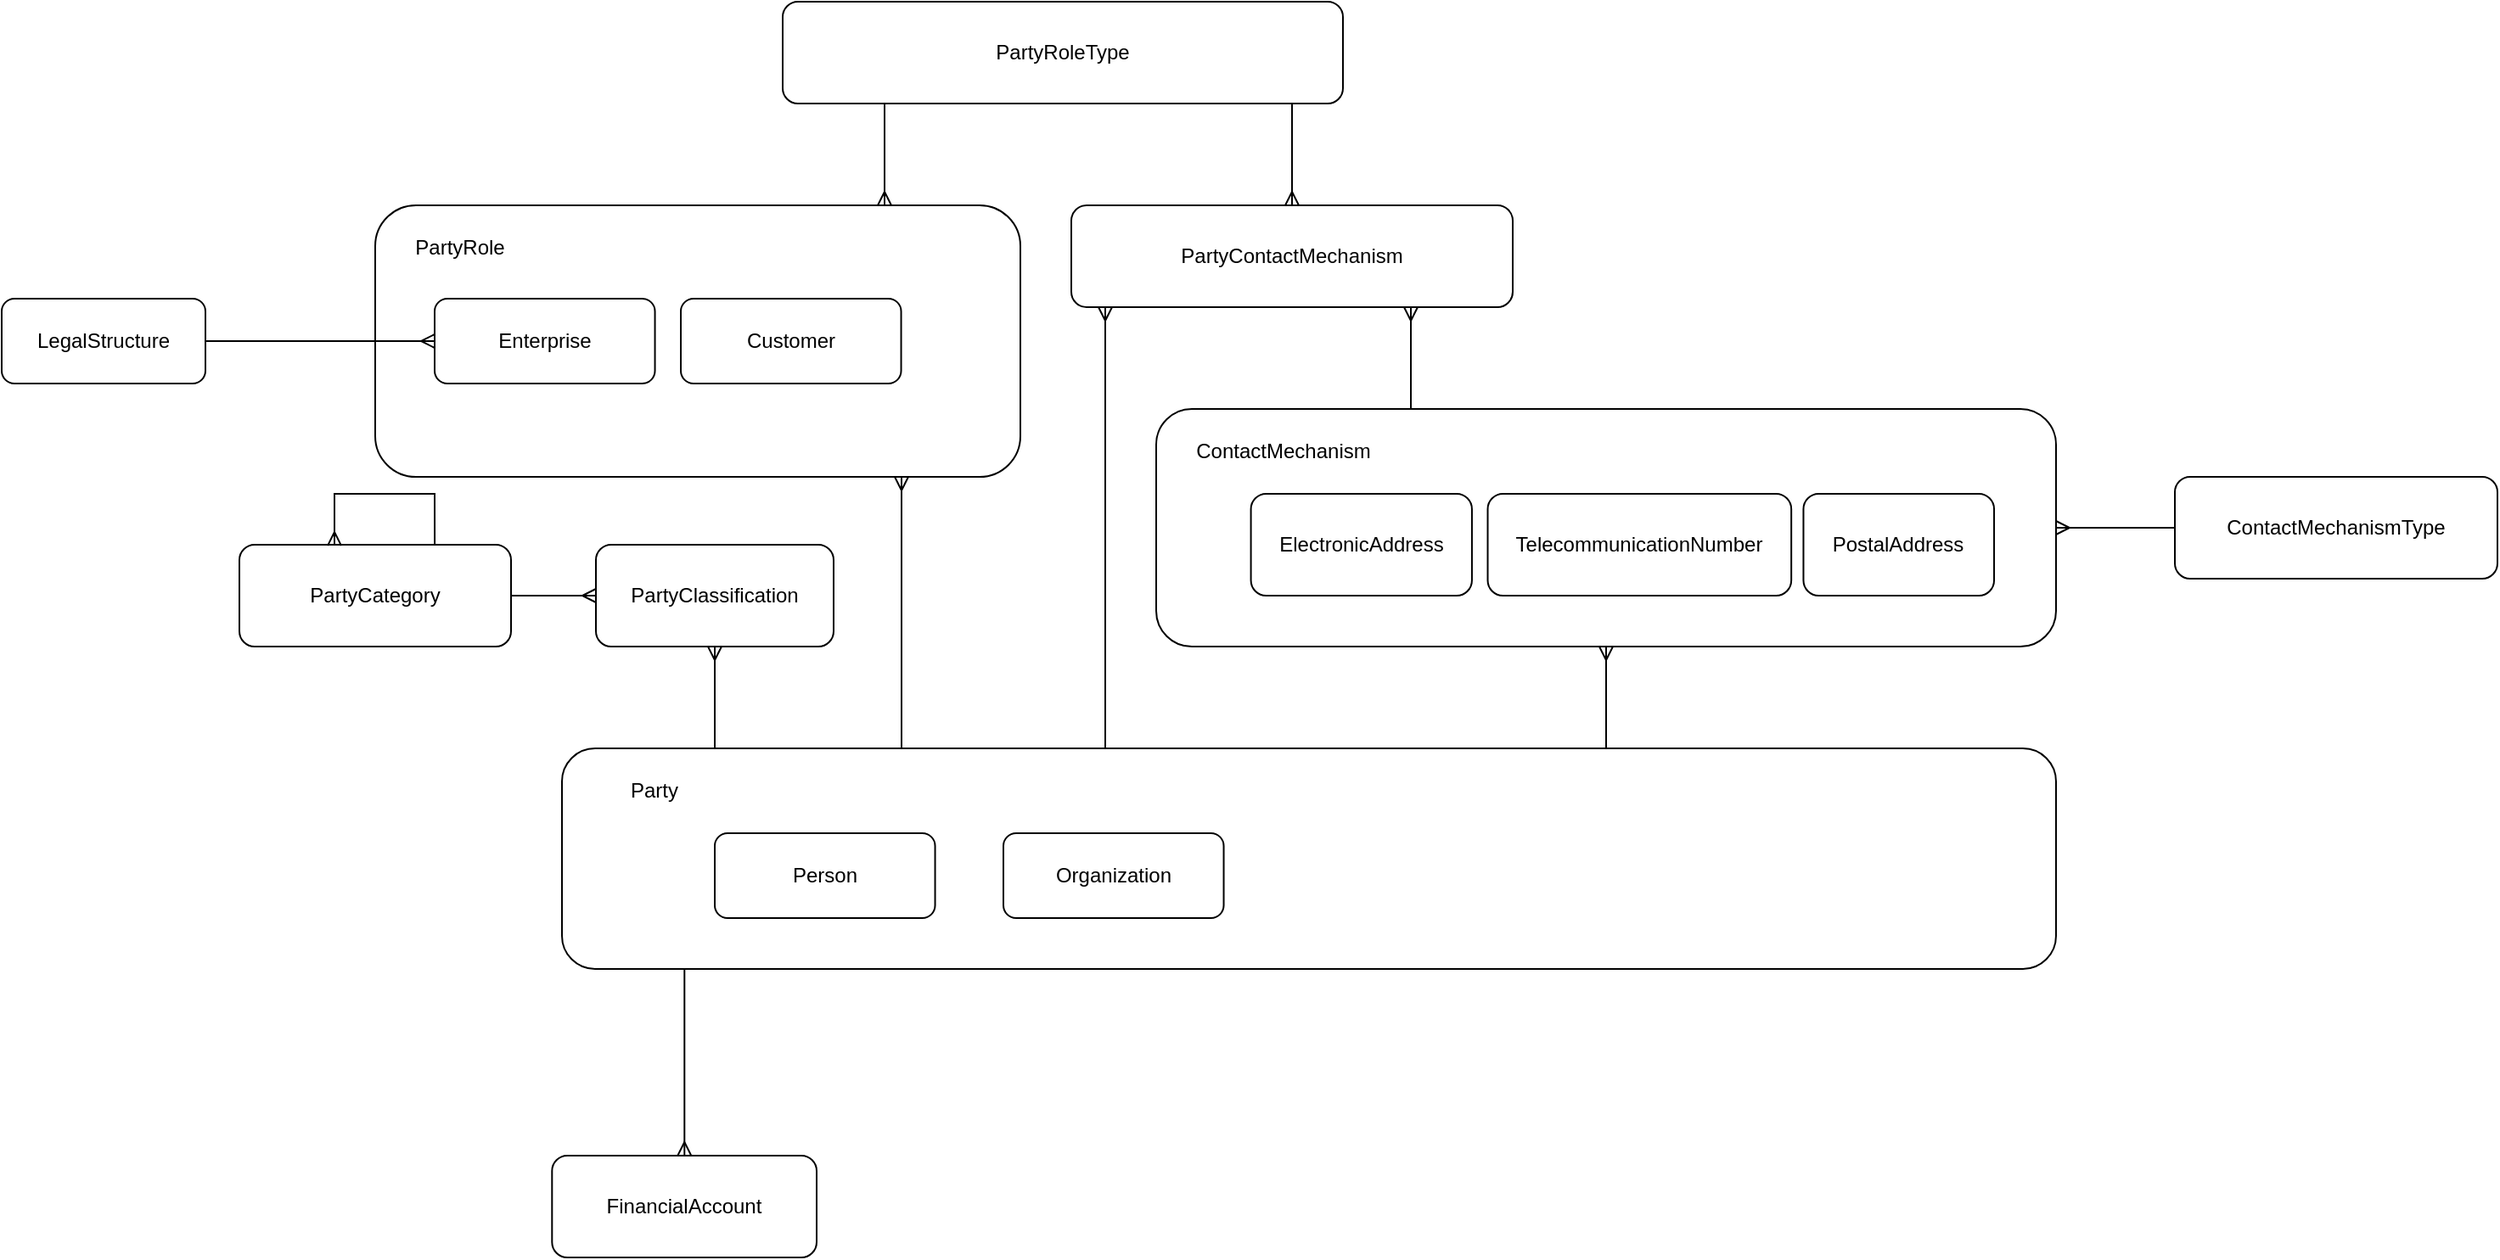
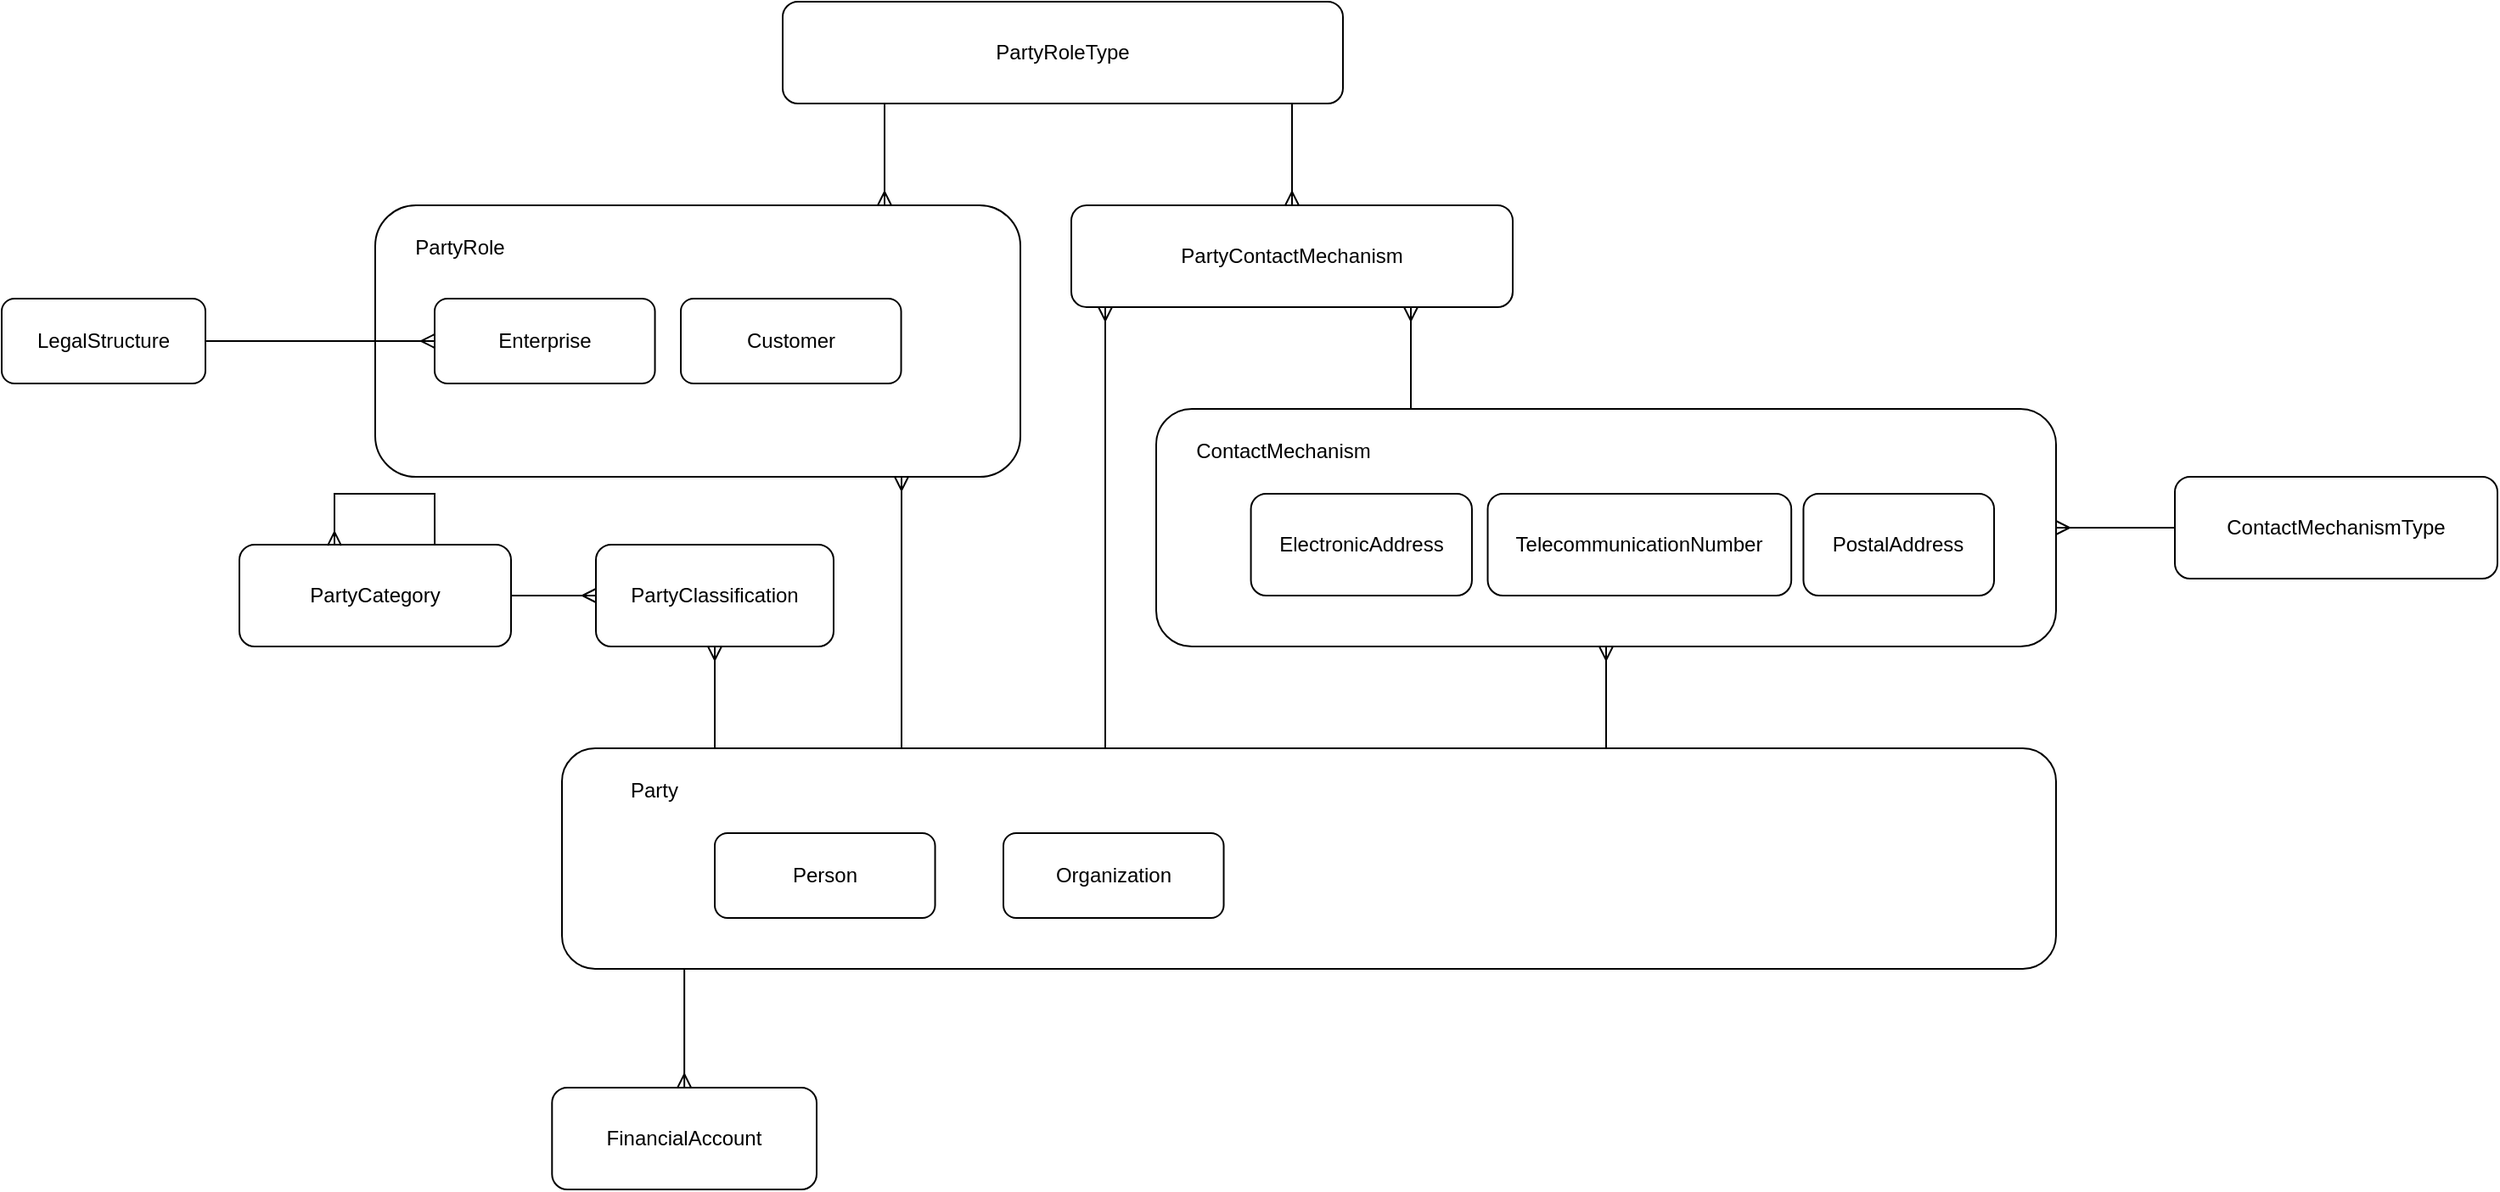
<mxfile host="app.diagrams.net" agent="Mozilla/5.0 (Windows NT 10.0; Win64; x64) AppleWebKit/537.36 (KHTML, like Gecko) Chrome/141.0.0.0 Safari/537.36" version="28.2.9">
  <diagram name="Page-1" id="d0nJ6Fx9cUZLMqGtfM0H">
-     <mxGraphModel dx="1445" dy="1455" grid="1" gridSize="10" guides="1" tooltips="1" connect="1" arrows="1" fold="1" page="1" pageScale="1" pageWidth="850" pageHeight="1100" math="0" shadow="0">
+     <mxGraphModel dx="2339" dy="1989" grid="1" gridSize="10" guides="1" tooltips="1" connect="1" arrows="1" fold="1" page="1" pageScale="1" pageWidth="850" pageHeight="1100" math="0" shadow="0">
      <root>
        <mxCell id="0" />
        <mxCell id="1" parent="0" />
        <mxCell id="tdPrWEJd15tEannaNgth-4" style="edgeStyle=orthogonalEdgeStyle;rounded=0;orthogonalLoop=1;jettySize=auto;html=1;startArrow=ERmany;startFill=0;endArrow=none;endFill=0;" edge="1" parent="1" source="tdPrWEJd15tEannaNgth-2" target="tdPrWEJd15tEannaNgth-3">
          <mxGeometry relative="1" as="geometry" />
        </mxCell>
        <mxCell id="tdPrWEJd15tEannaNgth-3" value="ContactMechanismType" style="rounded=1;whiteSpace=wrap;html=1;" vertex="1" parent="1">
          <mxGeometry x="600" y="250" width="190" height="60" as="geometry" />
        </mxCell>
        <mxCell id="tdPrWEJd15tEannaNgth-13" value="PartyRoleType" style="rounded=1;whiteSpace=wrap;html=1;" vertex="1" parent="1">
          <mxGeometry x="-220" y="-30" width="330" height="60" as="geometry" />
        </mxCell>
        <mxCell id="tdPrWEJd15tEannaNgth-14" style="edgeStyle=orthogonalEdgeStyle;rounded=0;orthogonalLoop=1;jettySize=auto;html=1;startArrow=ERmany;startFill=0;endArrow=none;endFill=0;" edge="1" parent="1" source="tdPrWEJd15tEannaNgth-15" target="tdPrWEJd15tEannaNgth-13">
          <mxGeometry relative="1" as="geometry">
            <mxPoint x="730" y="420" as="sourcePoint" />
            <mxPoint x="730" y="340" as="targetPoint" />
            <Array as="points">
              <mxPoint x="50" y="20" />
              <mxPoint x="50" y="20" />
            </Array>
          </mxGeometry>
        </mxCell>
        <mxCell id="tdPrWEJd15tEannaNgth-15" value="PartyContactMechanism" style="rounded=1;whiteSpace=wrap;html=1;" vertex="1" parent="1">
          <mxGeometry x="-50" y="90" width="260" height="60" as="geometry" />
        </mxCell>
        <mxCell id="tdPrWEJd15tEannaNgth-18" style="edgeStyle=orthogonalEdgeStyle;rounded=0;orthogonalLoop=1;jettySize=auto;html=1;startArrow=ERmany;startFill=0;endArrow=none;endFill=0;" edge="1" parent="1" source="tdPrWEJd15tEannaNgth-15">
          <mxGeometry relative="1" as="geometry">
            <mxPoint x="-30.00117647058829" y="130" as="sourcePoint" />
            <mxPoint x="-30.00117647058829" y="410" as="targetPoint" />
            <Array as="points">
              <mxPoint x="-30" y="210" />
              <mxPoint x="-30" y="210" />
            </Array>
          </mxGeometry>
        </mxCell>
        <mxCell id="tdPrWEJd15tEannaNgth-19" value="" style="group" vertex="1" connectable="0" parent="1">
          <mxGeometry y="210" width="530" height="140" as="geometry" />
        </mxCell>
        <mxCell id="tdPrWEJd15tEannaNgth-2" value="" style="rounded=1;whiteSpace=wrap;html=1;" vertex="1" parent="tdPrWEJd15tEannaNgth-19">
          <mxGeometry width="530" height="140" as="geometry" />
        </mxCell>
        <mxCell id="tdPrWEJd15tEannaNgth-5" value="ElectronicAddress" style="rounded=1;whiteSpace=wrap;html=1;" vertex="1" parent="tdPrWEJd15tEannaNgth-19">
          <mxGeometry x="55.78947368421052" y="50" width="130.17543859649123" height="60" as="geometry" />
        </mxCell>
        <mxCell id="tdPrWEJd15tEannaNgth-6" value="TelecommunicationNumber" style="rounded=1;whiteSpace=wrap;html=1;" vertex="1" parent="tdPrWEJd15tEannaNgth-19">
          <mxGeometry x="195.26315789473682" y="50" width="178.81456140350878" height="60" as="geometry" />
        </mxCell>
        <mxCell id="tdPrWEJd15tEannaNgth-7" value="ContactMechanism" style="text;html=1;whiteSpace=wrap;strokeColor=none;fillColor=none;align=center;verticalAlign=middle;rounded=0;" vertex="1" parent="tdPrWEJd15tEannaNgth-19">
          <mxGeometry x="27.896882591093107" y="10" width="94.41295546558705" height="30" as="geometry" />
        </mxCell>
        <mxCell id="tdPrWEJd15tEannaNgth-8" value="PostalAddress" style="rounded=1;whiteSpace=wrap;html=1;" vertex="1" parent="tdPrWEJd15tEannaNgth-19">
          <mxGeometry x="381.2280701754386" y="50" width="112.29491228070175" height="60" as="geometry" />
        </mxCell>
        <mxCell id="tdPrWEJd15tEannaNgth-20" style="edgeStyle=orthogonalEdgeStyle;rounded=0;orthogonalLoop=1;jettySize=auto;html=1;startArrow=ERmany;startFill=0;endArrow=none;endFill=0;" edge="1" parent="1" source="tdPrWEJd15tEannaNgth-15" target="tdPrWEJd15tEannaNgth-2">
          <mxGeometry relative="1" as="geometry">
            <mxPoint x="370" y="120" as="sourcePoint" />
            <mxPoint x="370" y="430" as="targetPoint" />
            <Array as="points">
              <mxPoint x="150" y="160" />
              <mxPoint x="150" y="160" />
            </Array>
          </mxGeometry>
        </mxCell>
        <mxCell id="tdPrWEJd15tEannaNgth-21" style="edgeStyle=orthogonalEdgeStyle;rounded=0;orthogonalLoop=1;jettySize=auto;html=1;startArrow=ERmany;startFill=0;endArrow=none;endFill=0;" edge="1" parent="1" source="tdPrWEJd15tEannaNgth-2" target="tdPrWEJd15tEannaNgth-1">
          <mxGeometry relative="1" as="geometry">
            <mxPoint x="240" y="400" as="sourcePoint" />
            <mxPoint x="240" y="470" as="targetPoint" />
            <Array as="points">
              <mxPoint x="305" y="420" />
              <mxPoint x="305" y="420" />
            </Array>
          </mxGeometry>
        </mxCell>
        <mxCell id="tdPrWEJd15tEannaNgth-22" value="LegalStructure" style="rounded=1;whiteSpace=wrap;html=1;" vertex="1" parent="1">
          <mxGeometry x="-680" y="145" width="120" height="50" as="geometry" />
        </mxCell>
        <mxCell id="tdPrWEJd15tEannaNgth-27" value="PartyClassification" style="rounded=1;whiteSpace=wrap;html=1;" vertex="1" parent="1">
          <mxGeometry x="-330" y="290" width="140" height="60" as="geometry" />
        </mxCell>
        <mxCell id="tdPrWEJd15tEannaNgth-28" value="PartyCategory" style="rounded=1;whiteSpace=wrap;html=1;" vertex="1" parent="1">
          <mxGeometry x="-540" y="290" width="160" height="60" as="geometry" />
        </mxCell>
        <mxCell id="tdPrWEJd15tEannaNgth-31" style="edgeStyle=orthogonalEdgeStyle;rounded=0;orthogonalLoop=1;jettySize=auto;html=1;startArrow=ERmany;startFill=0;endArrow=none;endFill=0;" edge="1" parent="1" source="tdPrWEJd15tEannaNgth-27" target="tdPrWEJd15tEannaNgth-1">
          <mxGeometry relative="1" as="geometry">
            <mxPoint x="-260" y="180" as="sourcePoint" />
            <mxPoint x="-260" y="250" as="targetPoint" />
            <Array as="points">
              <mxPoint x="-260" y="370" />
              <mxPoint x="-260" y="370" />
            </Array>
          </mxGeometry>
        </mxCell>
        <mxCell id="tdPrWEJd15tEannaNgth-32" style="edgeStyle=orthogonalEdgeStyle;rounded=0;orthogonalLoop=1;jettySize=auto;html=1;startArrow=ERmany;startFill=0;endArrow=none;endFill=0;" edge="1" parent="1" source="tdPrWEJd15tEannaNgth-27" target="tdPrWEJd15tEannaNgth-28">
          <mxGeometry relative="1" as="geometry">
            <mxPoint x="-230" y="200" as="sourcePoint" />
            <mxPoint x="-230" y="270" as="targetPoint" />
            <Array as="points" />
          </mxGeometry>
        </mxCell>
        <mxCell id="tdPrWEJd15tEannaNgth-33" style="edgeStyle=orthogonalEdgeStyle;rounded=0;orthogonalLoop=1;jettySize=auto;html=1;startArrow=ERmany;startFill=0;endArrow=none;endFill=0;exitX=0.35;exitY=0.009;exitDx=0;exitDy=0;exitPerimeter=0;entryX=0.719;entryY=0;entryDx=0;entryDy=0;entryPerimeter=0;" edge="1" parent="1" source="tdPrWEJd15tEannaNgth-28" target="tdPrWEJd15tEannaNgth-28">
          <mxGeometry relative="1" as="geometry">
            <mxPoint x="-485" y="280" as="sourcePoint" />
            <mxPoint x="-425" y="280" as="targetPoint" />
            <Array as="points">
              <mxPoint x="-484" y="260" />
              <mxPoint x="-425" y="260" />
            </Array>
          </mxGeometry>
        </mxCell>
        <mxCell id="tdPrWEJd15tEannaNgth-35" value="" style="rounded=1;whiteSpace=wrap;html=1;" vertex="1" parent="1">
          <mxGeometry x="-460" y="90" width="380" height="160" as="geometry" />
        </mxCell>
        <mxCell id="tdPrWEJd15tEannaNgth-37" style="edgeStyle=orthogonalEdgeStyle;rounded=0;orthogonalLoop=1;jettySize=auto;html=1;startArrow=ERmany;startFill=0;endArrow=none;endFill=0;" edge="1" parent="1" source="tdPrWEJd15tEannaNgth-35" target="tdPrWEJd15tEannaNgth-1">
          <mxGeometry relative="1" as="geometry">
            <mxPoint x="-130" y="350" as="sourcePoint" />
            <mxPoint x="-130" y="420" as="targetPoint" />
            <Array as="points">
              <mxPoint x="-150" y="260" />
              <mxPoint x="-150" y="260" />
            </Array>
          </mxGeometry>
        </mxCell>
        <mxCell id="tdPrWEJd15tEannaNgth-38" style="edgeStyle=orthogonalEdgeStyle;rounded=0;orthogonalLoop=1;jettySize=auto;html=1;startArrow=ERmany;startFill=0;endArrow=none;endFill=0;" edge="1" parent="1" source="tdPrWEJd15tEannaNgth-35" target="tdPrWEJd15tEannaNgth-13">
          <mxGeometry relative="1" as="geometry">
            <mxPoint x="-150" y="160" as="sourcePoint" />
            <mxPoint x="-150" y="10" as="targetPoint" />
            <Array as="points">
              <mxPoint x="-160" y="50" />
              <mxPoint x="-160" y="50" />
            </Array>
          </mxGeometry>
        </mxCell>
        <mxCell id="tdPrWEJd15tEannaNgth-1" value="" style="rounded=1;whiteSpace=wrap;html=1;" vertex="1" parent="1">
          <mxGeometry x="-350" y="410" width="880" height="130" as="geometry" />
        </mxCell>
        <mxCell id="tdPrWEJd15tEannaNgth-9" value="Party" style="text;html=1;whiteSpace=wrap;strokeColor=none;fillColor=none;align=center;verticalAlign=middle;rounded=0;" vertex="1" parent="1">
          <mxGeometry x="-336.46153846153845" y="420" width="81.23076923076923" height="30" as="geometry" />
        </mxCell>
        <mxCell id="tdPrWEJd15tEannaNgth-17" value="Enterprise" style="rounded=1;whiteSpace=wrap;html=1;" vertex="1" parent="1">
          <mxGeometry x="-424.99999999999994" y="145" width="129.77" height="50" as="geometry" />
        </mxCell>
        <mxCell id="tdPrWEJd15tEannaNgth-40" value="PartyRole" style="text;html=1;whiteSpace=wrap;strokeColor=none;fillColor=none;align=center;verticalAlign=middle;rounded=0;" vertex="1" parent="1">
          <mxGeometry x="-440" y="100" width="60" height="30" as="geometry" />
        </mxCell>
        <mxCell id="tdPrWEJd15tEannaNgth-42" style="edgeStyle=orthogonalEdgeStyle;rounded=0;orthogonalLoop=1;jettySize=auto;html=1;startArrow=ERmany;startFill=0;endArrow=none;endFill=0;" edge="1" parent="1" source="tdPrWEJd15tEannaNgth-17" target="tdPrWEJd15tEannaNgth-22">
          <mxGeometry relative="1" as="geometry">
            <mxPoint x="-90" y="310" as="sourcePoint" />
            <mxPoint x="-90" y="470" as="targetPoint" />
            <Array as="points" />
          </mxGeometry>
        </mxCell>
        <mxCell id="tdPrWEJd15tEannaNgth-43" value="Customer" style="rounded=1;whiteSpace=wrap;html=1;" vertex="1" parent="1">
          <mxGeometry x="-280" y="145" width="129.77" height="50" as="geometry" />
        </mxCell>
        <mxCell id="tdPrWEJd15tEannaNgth-44" value="Person" style="rounded=1;whiteSpace=wrap;html=1;" vertex="1" parent="1">
          <mxGeometry x="-260" y="460" width="129.77" height="50" as="geometry" />
        </mxCell>
        <mxCell id="tdPrWEJd15tEannaNgth-45" value="Organization" style="rounded=1;whiteSpace=wrap;html=1;" vertex="1" parent="1">
          <mxGeometry x="-90" y="460" width="129.77" height="50" as="geometry" />
        </mxCell>
        <mxCell id="tdPrWEJd15tEannaNgth-46" value="FinancialAccount" style="rounded=1;whiteSpace=wrap;html=1;" vertex="1" parent="1">
-           <mxGeometry x="-355.85" y="650" width="155.85" height="60" as="geometry" />
+           <mxGeometry x="-355.85" y="610" width="155.85" height="60" as="geometry" />
        </mxCell>
        <mxCell id="tdPrWEJd15tEannaNgth-47" style="edgeStyle=orthogonalEdgeStyle;rounded=0;orthogonalLoop=1;jettySize=auto;html=1;startArrow=ERmany;startFill=0;endArrow=none;endFill=0;" edge="1" parent="1" source="tdPrWEJd15tEannaNgth-46" target="tdPrWEJd15tEannaNgth-1">
          <mxGeometry relative="1" as="geometry">
            <mxPoint x="-80" y="670" as="sourcePoint" />
            <mxPoint x="-80" y="730" as="targetPoint" />
            <Array as="points">
              <mxPoint x="-278" y="610" />
              <mxPoint x="-278" y="610" />
            </Array>
          </mxGeometry>
        </mxCell>
      </root>
    </mxGraphModel>
  </diagram>
</mxfile>
